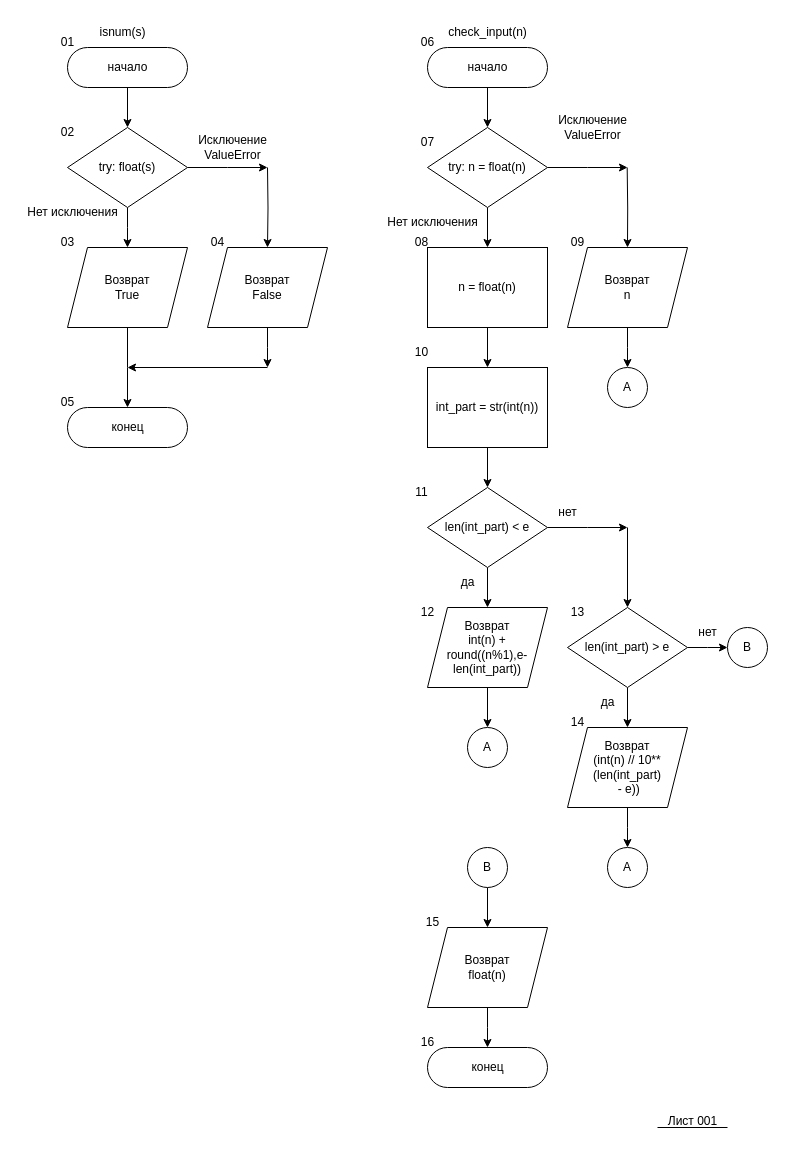
The draw.io diagram page "Page-1" (1 of 11) of start.drawio in Salamander-m/tillabaev, before the edit. Source tidied: cells renumbered, new cells numbered last; positions are measured from the earlier drawing's top-left corner, leaving out a move shared by most shapes. Both pictures are drawn from the tidied source at 100%, with x=0, y=0 at pixel (17, 17).
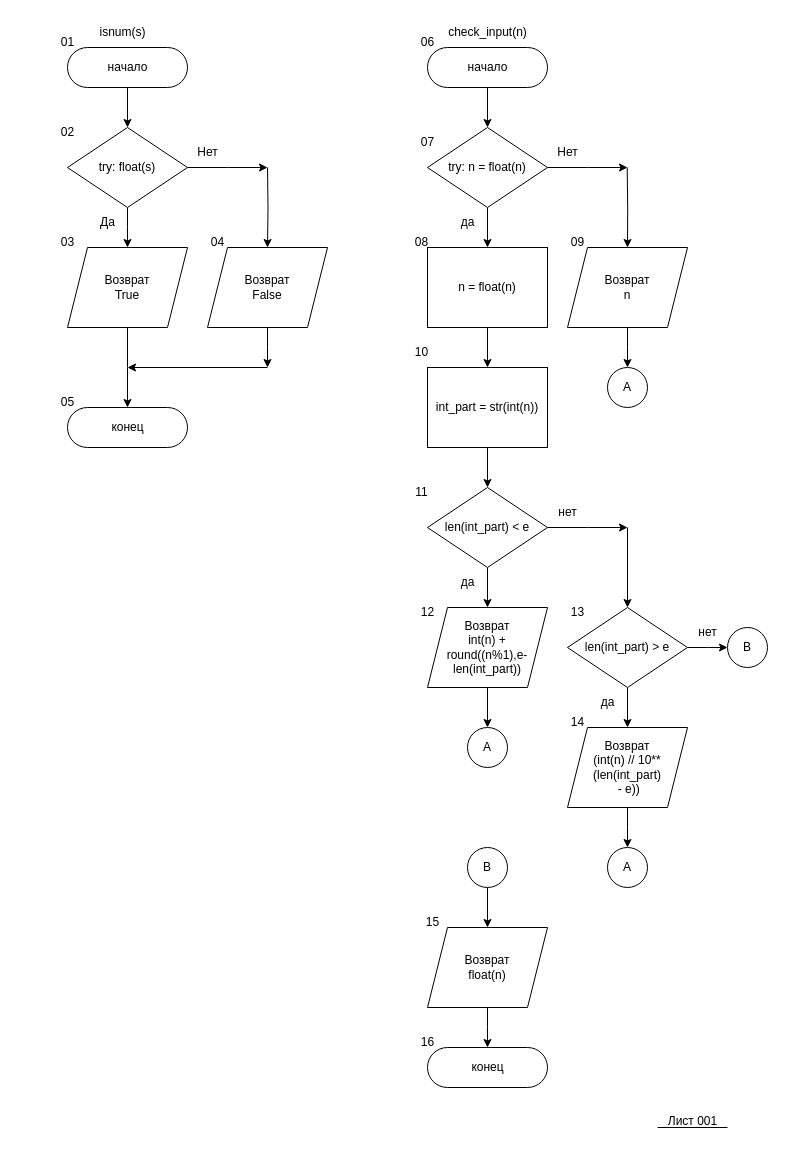
The same page after the edit.

Change to the diagram source:
```diff
@@
-    <mxCell id="9" value="Исключение&lt;br&gt;ValueError" style="text;html=1;align=center;verticalAlign=middle;strokeColor=none;fillColor=none;" parent="1" vertex="1">
-      <mxGeometry x="170" y="110" width="90" height="40" as="geometry" />
+    <mxCell id="9" value="Нет" style="text;html=1;align=center;verticalAlign=middle;strokeColor=none;fillColor=none;" parent="1" vertex="1">
+      <mxGeometry x="170" y="120" width="40" height="30" as="geometry" />
     </mxCell>
@@
-    <mxCell id="12" value="Нет исключения" style="text;html=1;align=center;verticalAlign=middle;strokeColor=none;fillColor=none;" parent="1" vertex="1">
-      <mxGeometry y="180" width="110" height="30" as="geometry" />
+    <mxCell id="12" value="Да" style="text;html=1;align=center;verticalAlign=middle;strokeColor=none;fillColor=none;" parent="1" vertex="1">
+      <mxGeometry x="70" y="190" width="40" height="30" as="geometry" />
     </mxCell>
@@
-    <mxCell id="21" value="Исключение&lt;br&gt;ValueError" style="text;html=1;align=center;verticalAlign=middle;strokeColor=none;fillColor=none;" parent="1" vertex="1">
-      <mxGeometry x="530" y="90" width="90" height="40" as="geometry" />
+    <mxCell id="21" value="Нет" style="text;html=1;align=center;verticalAlign=middle;strokeColor=none;fillColor=none;" parent="1" vertex="1">
+      <mxGeometry x="530" y="120" width="40" height="30" as="geometry" />
     </mxCell>
@@
-    <mxCell id="25" value="Нет исключения" style="text;html=1;align=center;verticalAlign=middle;strokeColor=none;fillColor=none;" parent="1" vertex="1">
-      <mxGeometry x="360" y="190" width="110" height="30" as="geometry" />
+    <mxCell id="25" value="да" style="text;html=1;align=center;verticalAlign=middle;strokeColor=none;fillColor=none;" parent="1" vertex="1">
+      <mxGeometry x="430" y="190" width="40" height="30" as="geometry" />
     </mxCell>
```
